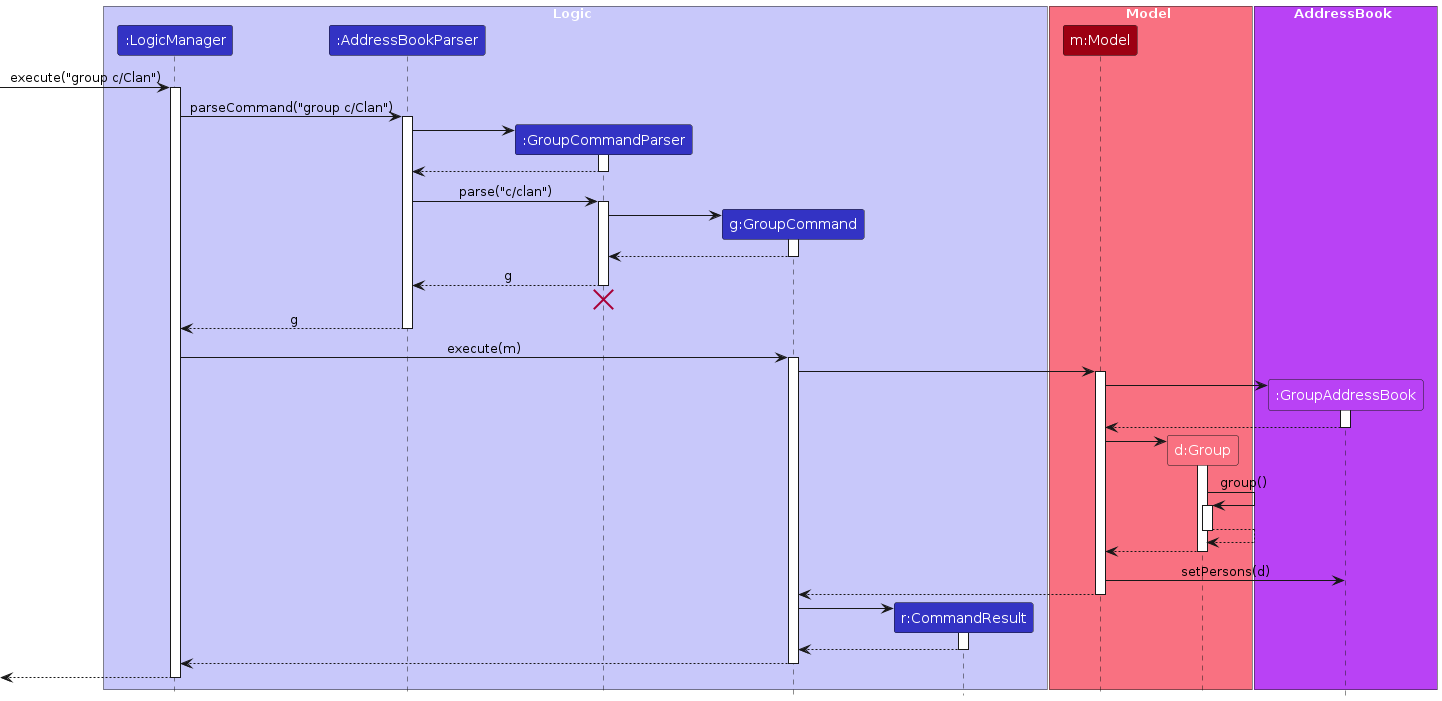
The PlantUML diagram diagrams/GroupSequenceDiagram.png in AY2324S2-CS2103T-W13-3/tp, before a commit. Its source is kept beside it as diagrams/GroupSequenceDiagram.puml. The source it was exported from:
```plantuml
@startuml
!include style.puml
skinparam ArrowFontStyle plain

box Logic LOGIC_COLOR_T1
participant ":LogicManager" as LogicManager LOGIC_COLOR
participant ":AddressBookParser" as AddressBookParser LOGIC_COLOR
participant ":GroupCommandParser" as GroupCommandParser LOGIC_COLOR
participant "g:GroupCommand" as GroupCommand LOGIC_COLOR
participant "r:CommandResult" as CommandResult LOGIC_COLOR
end box

box Model MODEL_COLOR_T1
participant "m:Model" as Model MODEL_COLOR
participant "d:Group" as Group MODEL_COLOR_T1
end box

box AddressBook ADDRESSBOOK_COLOR
participant ":GroupAddressBook" as AddressBook ADDRESSBOOK_COLOR
end box

[-> LogicManager : execute("group c/Clan")
activate LogicManager

LogicManager -> AddressBookParser : parseCommand("group c/Clan")
activate AddressBookParser

create GroupCommandParser
AddressBookParser -> GroupCommandParser
activate GroupCommandParser

GroupCommandParser --> AddressBookParser
deactivate GroupCommandParser

AddressBookParser -> GroupCommandParser : parse("c/clan")
activate GroupCommandParser

create GroupCommand
GroupCommandParser -> GroupCommand
activate GroupCommand


GroupCommand --> GroupCommandParser :
deactivate GroupCommand

GroupCommandParser --> AddressBookParser : g
deactivate GroupCommandParser
GroupCommandParser -[hidden]-> AddressBookParser
destroy GroupCommandParser

AddressBookParser --> LogicManager : g
deactivate AddressBookParser

LogicManager -> GroupCommand : execute(m)
activate GroupCommand

GroupCommand -> Model
activate Model
create AddressBook
Model -> AddressBook
activate AddressBook
AddressBook --> Model
deactivate

create Group
Model -> Group
activate Group
Group -> Group :group()
activate Group
Group --> Group
deactivate Group
Group --> Model
deactivate
Model -> AddressBook : setPersons(d)
Model --> GroupCommand
deactivate

create CommandResult
GroupCommand -> CommandResult
activate CommandResult

CommandResult --> GroupCommand
deactivate CommandResult

GroupCommand --> LogicManager
deactivate GroupCommand

[<--LogicManager
deactivate LogicManager

@enduml
```
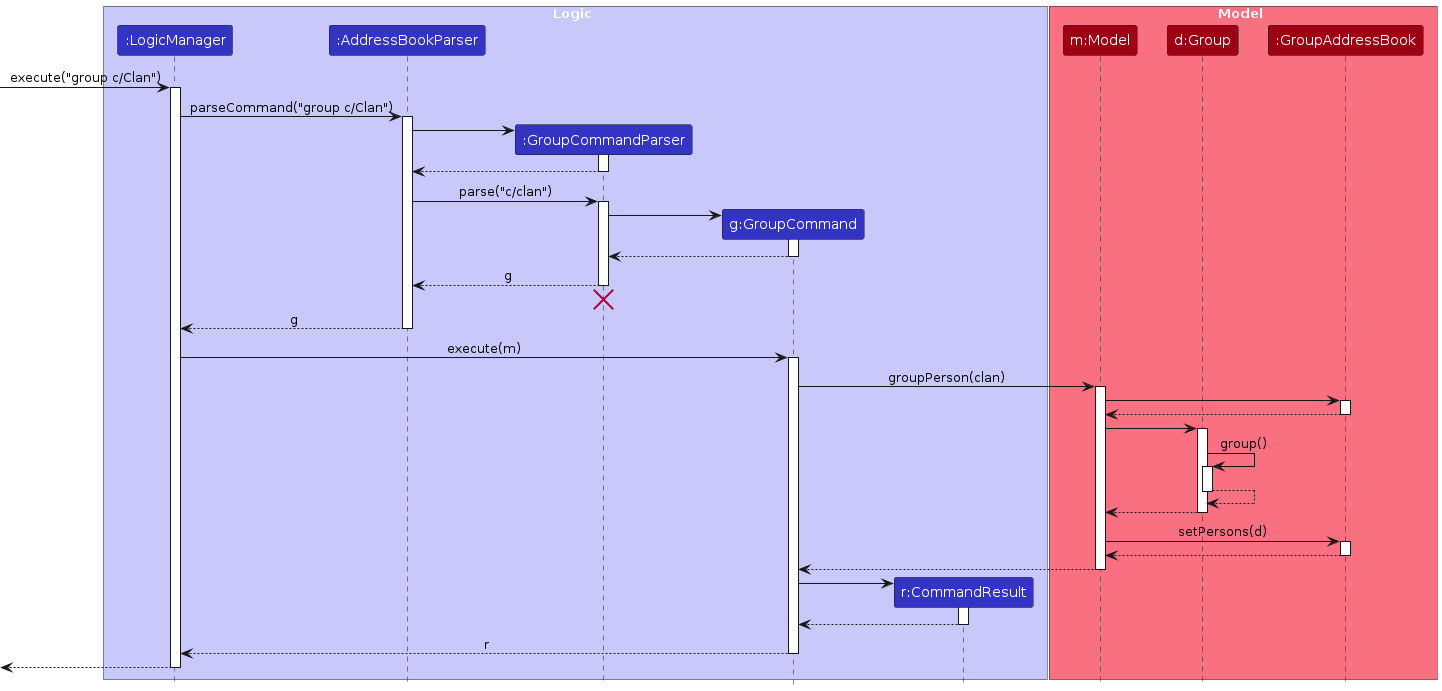
After the commit.

The edit, as a diff of the source:
```diff
@@ -12,11 +12,8 @@
 
 box Model MODEL_COLOR_T1
 participant "m:Model" as Model MODEL_COLOR
-participant "d:Group" as Group MODEL_COLOR_T1
-end box
-
-box AddressBook ADDRESSBOOK_COLOR
-participant ":GroupAddressBook" as AddressBook ADDRESSBOOK_COLOR
+participant "d:Group" as Group MODEL_COLOR
+participant ":GroupAddressBook" as AddressBook MODEL_COLOR
 end box
 
 [-> LogicManager : execute("group c/Clan")
@@ -54,15 +51,13 @@
 LogicManager -> GroupCommand : execute(m)
 activate GroupCommand
 
-GroupCommand -> Model
+GroupCommand -> Model : groupPerson(clan)
 activate Model
-create AddressBook
 Model -> AddressBook
 activate AddressBook
 AddressBook --> Model
 deactivate
 
-create Group
 Model -> Group
 activate Group
 Group -> Group :group()
@@ -72,6 +67,9 @@
 Group --> Model
 deactivate
 Model -> AddressBook : setPersons(d)
+activate AddressBook
+AddressBook --> Model
+deactivate
 Model --> GroupCommand
 deactivate
 
@@ -82,7 +80,7 @@
 CommandResult --> GroupCommand
 deactivate CommandResult
 
-GroupCommand --> LogicManager
+GroupCommand --> LogicManager :r
 deactivate GroupCommand
 
 [<--LogicManager
```
